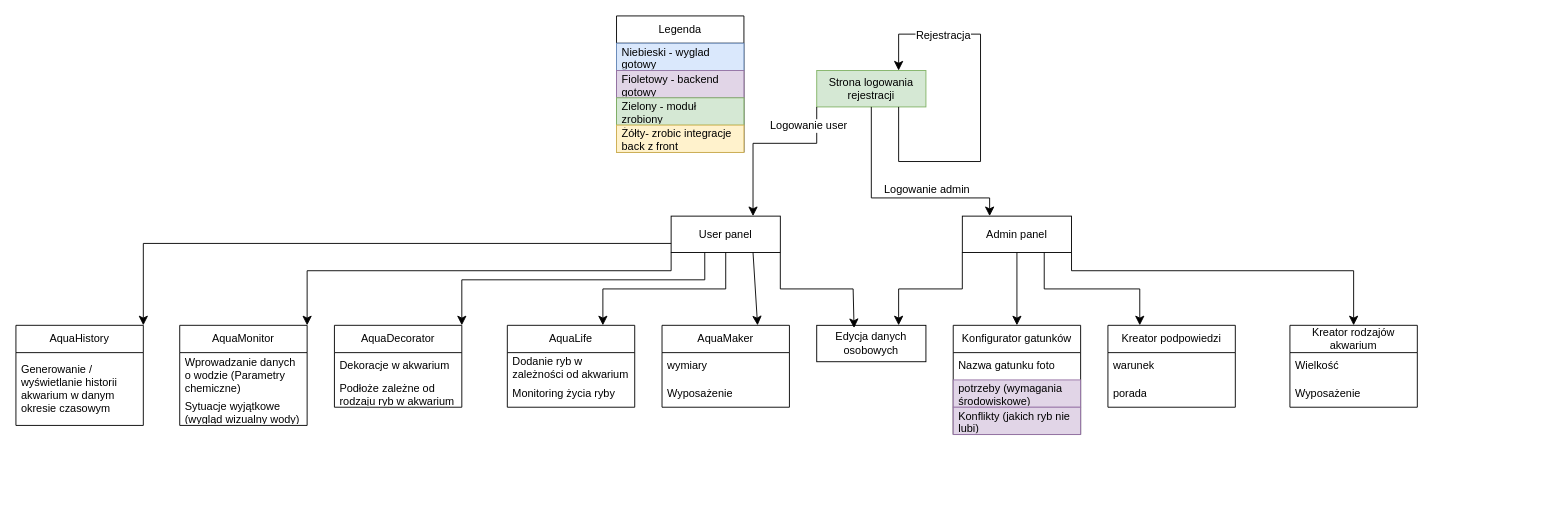
Earlier version of the draw.io diagram Dokumentacja/front flow.drawio (MrGrzesiek/AquaFriends). Source tidied: cells renumbered, new cells numbered last; positions are measured from the earlier drawing's top-left corner, leaving out a move shared by most shapes. Both pictures are drawn from the tidied source at 91%, with x=0, y=0 at pixel (15, 15).
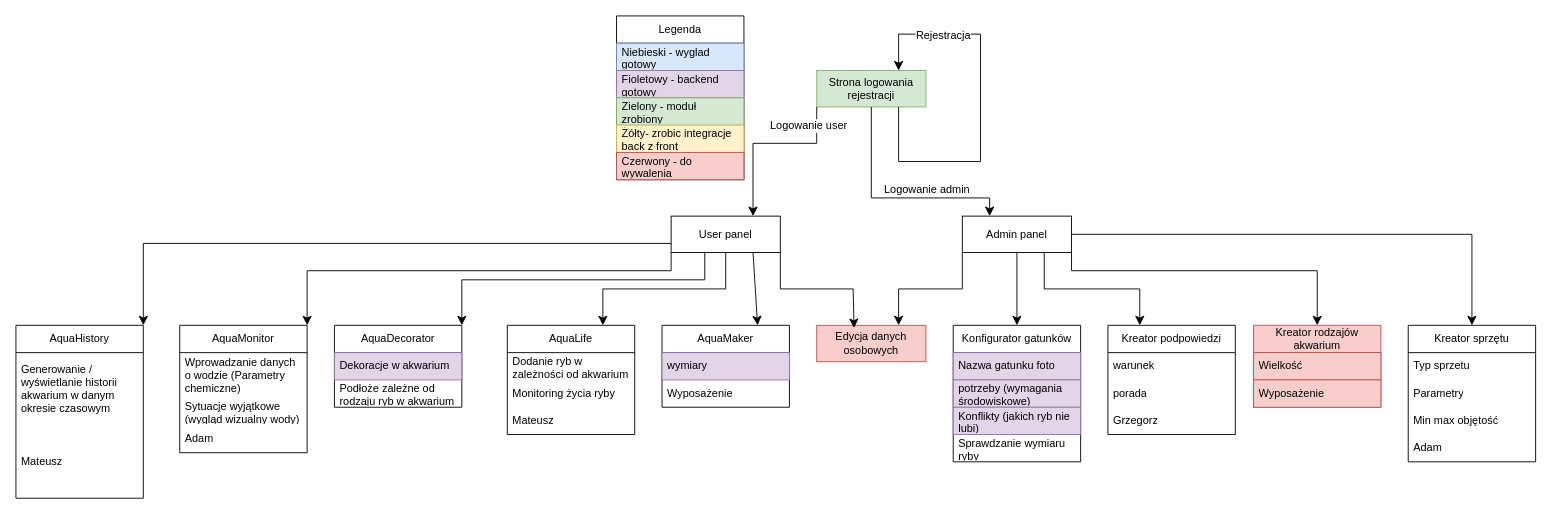
The same diagram, later.

The change refers to these unchanged cells:
```xml
<mxCell id="6" value="Admin panel" style="rounded=0;whiteSpace=wrap;html=1;" parent="1" vertex="1">
  <mxGeometry x="1040" y="220" width="120" height="40" as="geometry" />
</mxCell>
<mxCell id="27" value="AquaMaker" style="swimlane;fontStyle=0;horizontal=1;startSize=30;whiteSpace=wrap;html=1;" parent="1" vertex="1">
  <mxGeometry x="710" y="340" width="140" height="90" as="geometry" />
</mxCell>
<mxCell id="35" value="AquaDecorator" style="swimlane;fontStyle=0;horizontal=1;startSize=30;whiteSpace=wrap;html=1;" parent="1" vertex="1">
  <mxGeometry x="350" y="340" width="140" height="90" as="geometry" />
</mxCell>
```

Diff of the diagram source:
```diff
@@
-    <mxCell id="11" value="Edycja danych osobowych" style="rounded=0;whiteSpace=wrap;html=1;" parent="1" vertex="1">
+    <mxCell id="11" value="Edycja danych osobowych" style="rounded=0;whiteSpace=wrap;html=1;fillColor=#f8cecc;strokeColor=#b85450;" parent="1" vertex="1">
       <mxGeometry x="880" y="340" width="120" height="40" as="geometry" />
     </mxCell>
@@
     <mxCell id="15" value="Konfigurator gatunków" style="swimlane;fontStyle=0;horizontal=1;startSize=30;whiteSpace=wrap;html=1;" parent="1" vertex="1">
-      <mxGeometry x="1030" y="340" width="140" height="120" as="geometry" />
+      <mxGeometry x="1030" y="340" width="140" height="150" as="geometry" />
     </mxCell>
-    <mxCell id="16" value="Nazwa gatunku foto" style="text;strokeColor=none;fillColor=none;align=left;verticalAlign=middle;spacingLeft=4;spacingRight=4;overflow=hidden;whiteSpace=wrap;html=1;" parent="15" vertex="1">
+    <mxCell id="16" value="Nazwa gatunku foto" style="text;strokeColor=#9673a6;fillColor=#e1d5e7;align=left;verticalAlign=middle;spacingLeft=4;spacingRight=4;overflow=hidden;whiteSpace=wrap;html=1;" parent="15" vertex="1">
       <mxGeometry y="30" width="140" height="30" as="geometry" />
     </mxCell>
@@
+    <mxCell id="51" value="Sprawdzanie wymiaru ryby" style="text;align=left;verticalAlign=middle;spacingLeft=4;spacingRight=4;overflow=hidden;whiteSpace=wrap;html=1;" parent="15" vertex="1">
+      <mxGeometry y="120" width="140" height="30" as="geometry" />
+    </mxCell>
     <mxCell id="19" value="Kreator podpowiedzi" style="swimlane;fontStyle=0;horizontal=1;startSize=30;whiteSpace=wrap;html=1;" parent="1" vertex="1">
-      <mxGeometry x="1200" y="340" width="140" height="90" as="geometry" />
+      <mxGeometry x="1200" y="340" width="140" height="120" as="geometry" />
     </mxCell>
@@
+    <mxCell id="52" value="Grzegorz" style="text;strokeColor=none;fillColor=none;align=left;verticalAlign=middle;spacingLeft=4;spacingRight=4;overflow=hidden;whiteSpace=wrap;html=1;" parent="19" vertex="1">
+      <mxGeometry y="90" width="140" height="30" as="geometry" />
+    </mxCell>
@@
-    <mxCell id="23" value="Kreator rodzajów akwarium" style="swimlane;fontStyle=0;horizontal=1;startSize=30;whiteSpace=wrap;html=1;" parent="1" vertex="1">
-      <mxGeometry x="1400" y="340" width="140" height="90" as="geometry" />
+    <mxCell id="23" value="Kreator rodzajów akwarium" style="swimlane;fontStyle=0;horizontal=1;startSize=30;whiteSpace=wrap;html=1;fillColor=#f8cecc;strokeColor=#b85450;" parent="1" vertex="1">
+      <mxGeometry x="1360" y="340" width="140" height="90" as="geometry" />
     </mxCell>
-    <mxCell id="24" value="Wielkość" style="text;strokeColor=none;fillColor=none;align=left;verticalAlign=middle;spacingLeft=4;spacingRight=4;overflow=hidden;whiteSpace=wrap;html=1;" parent="23" vertex="1">
+    <mxCell id="24" value="Wielkość" style="text;strokeColor=#b85450;fillColor=#f8cecc;align=left;verticalAlign=middle;spacingLeft=4;spacingRight=4;overflow=hidden;whiteSpace=wrap;html=1;" parent="23" vertex="1">
       <mxGeometry y="30" width="140" height="30" as="geometry" />
     </mxCell>
-    <mxCell id="25" value="Wyposażenie" style="text;strokeColor=none;fillColor=none;align=left;verticalAlign=middle;spacingLeft=4;spacingRight=4;overflow=hidden;whiteSpace=wrap;html=1;" parent="23" vertex="1">
+    <mxCell id="25" value="Wyposażenie" style="text;strokeColor=#b85450;fillColor=#f8cecc;align=left;verticalAlign=middle;spacingLeft=4;spacingRight=4;overflow=hidden;whiteSpace=wrap;html=1;" parent="23" vertex="1">
       <mxGeometry y="60" width="140" height="30" as="geometry" />
     </mxCell>
     <mxCell id="26" style="endArrow=classic;html=1;rounded=0;fontSize=12;startSize=8;endSize=8;exitX=1;exitY=1;exitDx=0;exitDy=0;entryX=0.5;entryY=0;entryDx=0;entryDy=0;" parent="1" edge="1" source="6" target="23">
       <mxGeometry relative="1" as="geometry">
         <Array as="points">
           <mxPoint x="1160" y="280" />
-          <mxPoint x="1470" y="280" />
+          <mxPoint x="1430" y="280" />
         </Array>
       </mxGeometry>
     </mxCell>
@@
-    <mxCell id="28" value="wymiary" style="text;strokeColor=none;fillColor=none;align=left;verticalAlign=middle;spacingLeft=4;spacingRight=4;overflow=hidden;whiteSpace=wrap;html=1;" parent="27" vertex="1">
+    <mxCell id="28" value="wymiary" style="text;strokeColor=#9673a6;fillColor=#e1d5e7;align=left;verticalAlign=middle;spacingLeft=4;spacingRight=4;overflow=hidden;whiteSpace=wrap;html=1;" parent="27" vertex="1">
       <mxGeometry y="30" width="140" height="30" as="geometry" />
     </mxCell>
@@
     <mxCell id="31" value="AquaLife" style="swimlane;fontStyle=0;horizontal=1;startSize=30;whiteSpace=wrap;html=1;" parent="1" vertex="1">
-      <mxGeometry x="540" y="340" width="140" height="90" as="geometry" />
+      <mxGeometry x="540" y="340" width="140" height="120" as="geometry" />
     </mxCell>
@@
+    <mxCell id="53" value="Mateusz" style="text;strokeColor=none;fillColor=none;align=left;verticalAlign=middle;spacingLeft=4;spacingRight=4;overflow=hidden;whiteSpace=wrap;html=1;" parent="31" vertex="1">
+      <mxGeometry y="90" width="140" height="30" as="geometry" />
+    </mxCell>
@@
-    <mxCell id="36" value="Dekoracje w akwarium" style="text;strokeColor=none;fillColor=none;align=left;verticalAlign=middle;spacingLeft=4;spacingRight=4;overflow=hidden;whiteSpace=wrap;html=1;" parent="35" vertex="1">
+    <mxCell id="36" value="Dekoracje w akwarium" style="text;strokeColor=#9673a6;fillColor=#e1d5e7;align=left;verticalAlign=middle;spacingLeft=4;spacingRight=4;overflow=hidden;whiteSpace=wrap;html=1;" parent="35" vertex="1">
       <mxGeometry y="30" width="140" height="30" as="geometry" />
     </mxCell>
@@
     <mxCell id="39" value="AquaMonitor" style="swimlane;fontStyle=0;horizontal=1;startSize=30;whiteSpace=wrap;html=1;" parent="1" vertex="1">
-      <mxGeometry x="180" y="340" width="140" height="110" as="geometry" />
+      <mxGeometry x="180" y="340" width="140" height="140" as="geometry" />
     </mxCell>
@@
+    <mxCell id="54" value="Adam" style="text;strokeColor=none;fillColor=none;align=left;verticalAlign=middle;spacingLeft=4;spacingRight=4;overflow=hidden;whiteSpace=wrap;html=1;" parent="39" vertex="1">
+      <mxGeometry y="110" width="140" height="30" as="geometry" />
+    </mxCell>
@@
     <mxCell id="43" value="AquaHistory" style="swimlane;fontStyle=0;horizontal=1;startSize=30;whiteSpace=wrap;html=1;" parent="1" vertex="1">
-      <mxGeometry y="340" width="140" height="110" as="geometry" />
+      <mxGeometry y="340" width="140" height="190" as="geometry" />
     </mxCell>
@@
+    <mxCell id="55" value="Mateusz" style="text;strokeColor=none;fillColor=none;align=left;verticalAlign=middle;spacingLeft=4;spacingRight=4;overflow=hidden;whiteSpace=wrap;html=1;" parent="43" vertex="1">
+      <mxGeometry y="110" width="140" height="80" as="geometry" />
+    </mxCell>
@@
     <mxCell id="46" value="Legenda" style="swimlane;fontStyle=0;horizontal=1;startSize=30;whiteSpace=wrap;html=1;" parent="1" vertex="1">
-      <mxGeometry x="660" width="140" height="150" as="geometry" />
+      <mxGeometry x="660" width="140" height="180" as="geometry" />
     </mxCell>
@@
+    <mxCell id="56" value="&lt;span style=&quot;font-weight: normal;&quot;&gt;Czerwony - do wywalenia&lt;/span&gt;" style="text;strokeColor=#b85450;fillColor=#f8cecc;align=left;verticalAlign=middle;spacingLeft=4;spacingRight=4;overflow=hidden;whiteSpace=wrap;html=1;fontStyle=1;" parent="46" vertex="1">
+      <mxGeometry y="150" width="140" height="30" as="geometry" />
+    </mxCell>
+    <mxCell id="57" value="Kreator sprzętu" style="swimlane;fontStyle=0;horizontal=1;startSize=30;whiteSpace=wrap;html=1;" parent="1" vertex="1">
+      <mxGeometry x="1530" y="340" width="140" height="150" as="geometry" />
+    </mxCell>
+    <mxCell id="58" value="Typ sprzetu" style="text;strokeColor=none;fillColor=none;align=left;verticalAlign=middle;spacingLeft=4;spacingRight=4;overflow=hidden;whiteSpace=wrap;html=1;" parent="57" vertex="1">
+      <mxGeometry y="30" width="140" height="30" as="geometry" />
+    </mxCell>
+    <mxCell id="59" value="Parametry" style="text;strokeColor=none;fillColor=none;align=left;verticalAlign=middle;spacingLeft=4;spacingRight=4;overflow=hidden;whiteSpace=wrap;html=1;" parent="57" vertex="1">
+      <mxGeometry y="60" width="140" height="30" as="geometry" />
+    </mxCell>
+    <mxCell id="60" value="Min max objętość" style="text;strokeColor=none;fillColor=none;align=left;verticalAlign=middle;spacingLeft=4;spacingRight=4;overflow=hidden;whiteSpace=wrap;html=1;" parent="57" vertex="1">
+      <mxGeometry y="90" width="140" height="30" as="geometry" />
+    </mxCell>
+    <mxCell id="61" value="Adam" style="text;strokeColor=none;fillColor=none;align=left;verticalAlign=middle;spacingLeft=4;spacingRight=4;overflow=hidden;whiteSpace=wrap;html=1;" parent="57" vertex="1">
+      <mxGeometry y="120" width="140" height="30" as="geometry" />
+    </mxCell>
+    <mxCell id="62" style="endArrow=classic;html=1;rounded=0;fontSize=12;startSize=8;endSize=8;curved=0;exitX=1;exitY=0.5;exitDx=0;exitDy=0;entryX=0.5;entryY=0;entryDx=0;entryDy=0;" parent="1" edge="1" source="6" target="57">
+      <mxGeometry relative="1" as="geometry">
+        <Array as="points">
+          <mxPoint x="1600" y="240" />
+        </Array>
+      </mxGeometry>
+    </mxCell>
```
